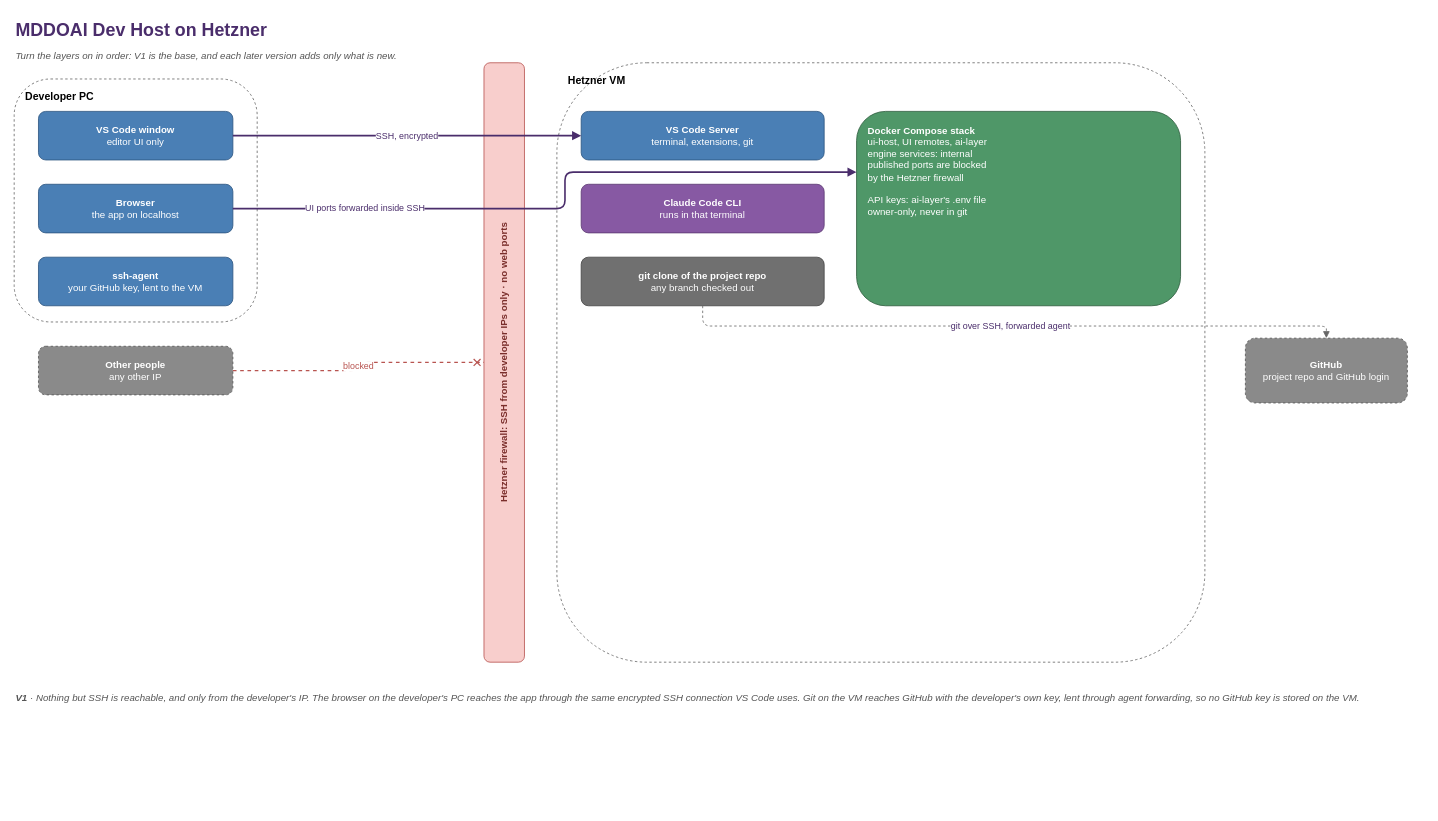
The draw.io diagram page "Dev Host (Hetzner)" (3 of 3) of MDDOAI_Agentic_Architecture.drawio in modeldrivendevopsai/mddoai, before the edit. Source tidied: cells renumbered, new cells numbered last; positions are measured from the earlier drawing's top-left corner, leaving out a move shared by most shapes. Both pictures are drawn from the tidied source at 81%, with x=0, y=0 at pixel (14, 14).
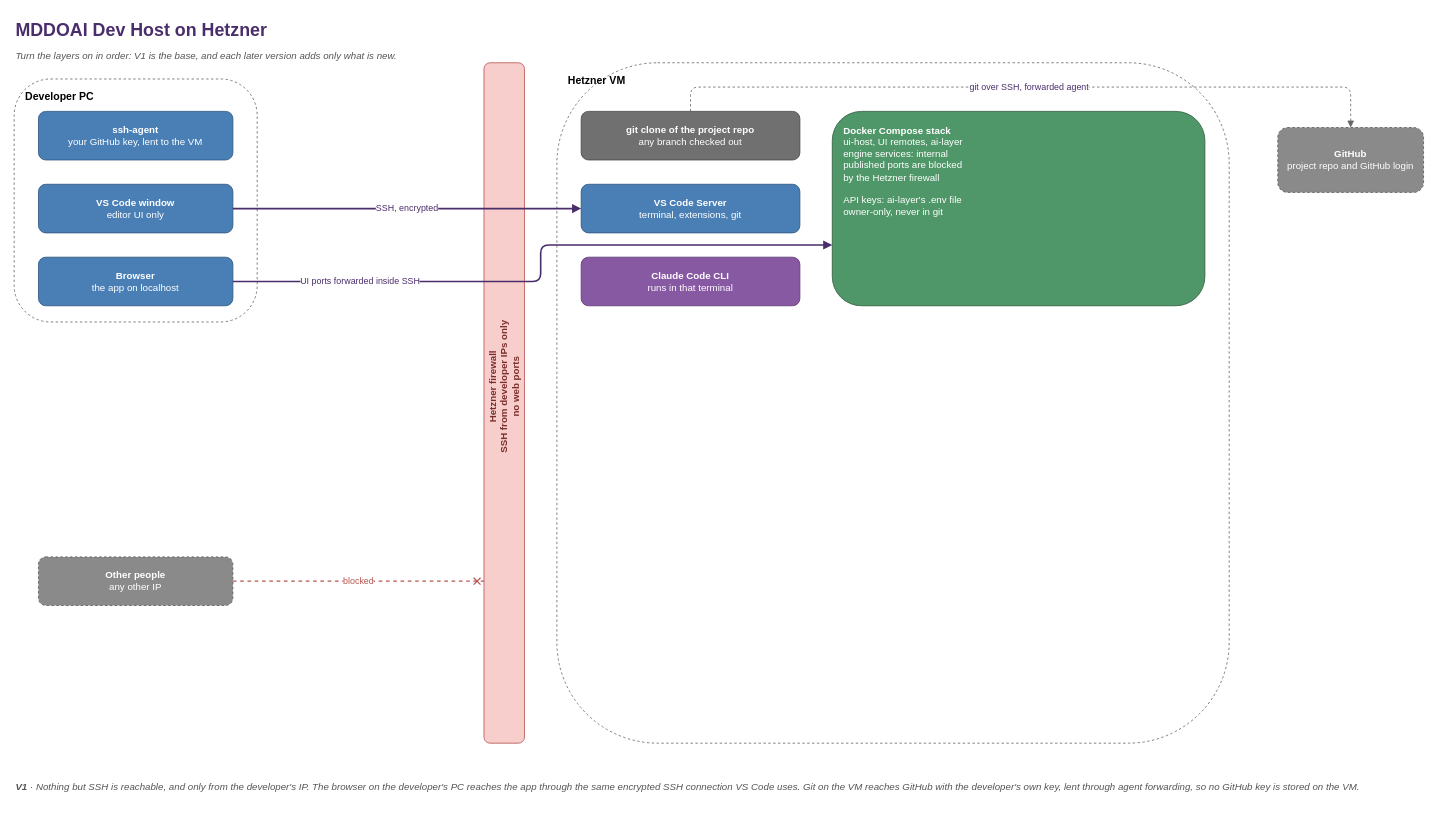
The same diagram, later.

Commit message:
Re-layout dev host diagram, drop keys

The edit, as a diff of the source:
```diff
@@
-    <mxCell id="5" value="Hetzner firewall: SSH from developer IPs only · no web ports" style="rounded=1;whiteSpace=wrap;html=1;fillColor=#f8cecc;strokeColor=#b85450;fontColor=#7a2e2b;fontSize=12;fontStyle=1;horizontal=0;" parent="1" vertex="1">
-      <mxGeometry x="580" y="60" width="50" height="740" as="geometry" />
+    <mxCell id="5" style="rounded=1;whiteSpace=wrap;html=1;fillColor=#f8cecc;strokeColor=#b85450;fontColor=#7a2e2b;fontSize=12;fontStyle=1;horizontal=0;" parent="1" vertex="1">
+      <mxGeometry x="580" y="60" width="50" height="840" as="geometry" />
     </mxCell>
+    <mxCell id="22" value="Hetzner firewall&lt;br&gt;SSH from developer IPs only&lt;br&gt;no web ports" style="text;html=1;horizontal=0;align=center;verticalAlign=middle;whiteSpace=wrap;fontSize=12;fontStyle=1;fontColor=#7a2e2b;" parent="1" vertex="1">
+      <mxGeometry x="580" y="350" width="50" height="220" as="geometry" />
+    </mxCell>
     <mxCell id="6" value="Hetzner VM" style="rounded=1;whiteSpace=wrap;html=1;fillColor=none;strokeColor=#666666;dashed=1;verticalAlign=top;align=left;fontSize=13;fontStyle=1;spacingLeft=12;spacingTop=8;" parent="1" vertex="1">
-      <mxGeometry x="670" y="60" width="800" height="740" as="geometry" />
+      <mxGeometry x="670" y="60" width="830" height="840" as="geometry" />
     </mxCell>
@@
     <mxCell id="8" value="&lt;b&gt;VS Code window&lt;/b&gt;&lt;br&gt;editor UI only" style="rounded=1;whiteSpace=wrap;html=1;fontColor=#ffffff;fontSize=12;fillColor=#4a7fb5;strokeColor=#2c5580;" parent="2" vertex="1">
-      <mxGeometry x="30" y="120" width="240" height="60" as="geometry" />
+      <mxGeometry x="30" y="210" width="240" height="60" as="geometry" />
     </mxCell>
     <mxCell id="9" value="&lt;b&gt;Browser&lt;/b&gt;&lt;br&gt;the app on localhost" style="rounded=1;whiteSpace=wrap;html=1;fontColor=#ffffff;fontSize=12;fillColor=#4a7fb5;strokeColor=#2c5580;" parent="2" vertex="1">
-      <mxGeometry x="30" y="210" width="240" height="60" as="geometry" />
+      <mxGeometry x="30" y="300" width="240" height="60" as="geometry" />
     </mxCell>
     <mxCell id="10" value="&lt;b&gt;ssh-agent&lt;/b&gt;&lt;br&gt;your GitHub key, lent to the VM" style="rounded=1;whiteSpace=wrap;html=1;fontColor=#ffffff;fontSize=12;fillColor=#4a7fb5;strokeColor=#2c5580;" parent="2" vertex="1">
-      <mxGeometry x="30" y="300" width="240" height="60" as="geometry" />
+      <mxGeometry x="30" y="120" width="240" height="60" as="geometry" />
     </mxCell>
     <mxCell id="11" value="&lt;b&gt;Other people&lt;/b&gt;&lt;br&gt;any other IP" style="rounded=1;whiteSpace=wrap;html=1;fontColor=#ffffff;fontSize=12;fillColor=#8a8a8a;strokeColor=#555555;dashed=1;" parent="2" vertex="1">
-      <mxGeometry x="30" y="410" width="240" height="60" as="geometry" />
+      <mxGeometry x="30" y="670" width="240" height="60" as="geometry" />
     </mxCell>
     <mxCell id="12" value="&lt;b&gt;VS Code Server&lt;/b&gt;&lt;br&gt;terminal, extensions, git" style="rounded=1;whiteSpace=wrap;html=1;fontColor=#ffffff;fontSize=12;fillColor=#4a7fb5;strokeColor=#2c5580;" parent="2" vertex="1">
-      <mxGeometry x="700" y="120" width="300" height="60" as="geometry" />
+      <mxGeometry x="700" y="210" width="270" height="60" as="geometry" />
     </mxCell>
     <mxCell id="13" value="&lt;b&gt;Claude Code CLI&lt;/b&gt;&lt;br&gt;runs in that terminal" style="rounded=1;whiteSpace=wrap;html=1;fontColor=#ffffff;fontSize=12;fillColor=#8759a3;strokeColor=#5c3a72;" parent="2" vertex="1">
-      <mxGeometry x="700" y="210" width="300" height="60" as="geometry" />
+      <mxGeometry x="700" y="300" width="270" height="60" as="geometry" />
     </mxCell>
     <mxCell id="14" value="&lt;b&gt;git clone of the project repo&lt;/b&gt;&lt;br&gt;any branch checked out" style="rounded=1;whiteSpace=wrap;html=1;fontColor=#ffffff;fontSize=12;fillColor=#707070;strokeColor=#454545;" parent="2" vertex="1">
-      <mxGeometry x="700" y="300" width="300" height="60" as="geometry" />
+      <mxGeometry x="700" y="120" width="270" height="60" as="geometry" />
     </mxCell>
     <mxCell id="15" value="&lt;b&gt;Docker Compose stack&lt;/b&gt;&lt;br&gt;ui-host, UI remotes, ai-layer&lt;br&gt;engine services: internal&lt;br&gt;published ports are blocked&lt;br&gt;by the Hetzner firewall&lt;br&gt;&lt;br&gt;API keys: ai-layer's .env file&lt;br&gt;owner-only, never in git" style="rounded=1;whiteSpace=wrap;html=1;fontColor=#ffffff;fontSize=12;fillColor=#4f9768;strokeColor=#2d5c3d;align=left;spacingLeft=12;verticalAlign=top;spacingTop=10;" parent="2" vertex="1">
-      <mxGeometry x="1040" y="120" width="400" height="240" as="geometry" />
+      <mxGeometry x="1010" y="120" width="460" height="240" as="geometry" />
     </mxCell>
     <mxCell id="16" value="&lt;b&gt;GitHub&lt;/b&gt;&lt;br&gt;project repo and GitHub login" style="rounded=1;whiteSpace=wrap;html=1;fontColor=#ffffff;fontSize=12;fillColor=#8a8a8a;strokeColor=#555555;dashed=1;" parent="2" vertex="1">
-      <mxGeometry x="1520" y="400" width="200" height="80" as="geometry" />
+      <mxGeometry x="1560" y="140" width="180" height="80" as="geometry" />
     </mxCell>
-    <mxCell id="17" value="SSH, encrypted" style="edgeStyle=orthogonalEdgeStyle;rounded=1;html=1;endArrow=block;endFill=1;strokeWidth=2;strokeColor=#4A2D6B;fontSize=11;fontColor=#4A2D6B;labelBackgroundColor=#ffffff;" parent="2" edge="1" source="8" target="12">
+    <mxCell id="17" value="SSH, encrypted" style="edgeStyle=orthogonalEdgeStyle;rounded=1;html=1;endArrow=block;endFill=1;strokeWidth=2;strokeColor=#4A2D6B;fontSize=11;fontColor=#4A2D6B;labelBackgroundColor=#ffffff;exitX=1;exitY=0.5;entryX=0;entryY=0.5;" parent="2" edge="1" source="8" target="12">
       <mxGeometry relative="1" as="geometry" />
     </mxCell>
-    <mxCell id="18" value="UI ports forwarded inside SSH" style="edgeStyle=orthogonalEdgeStyle;rounded=1;html=1;endArrow=block;endFill=1;strokeWidth=2;strokeColor=#4A2D6B;fontSize=11;fontColor=#4A2D6B;labelBackgroundColor=#ffffff;exitX=1;exitY=0.5;entryX=0;entryY=0.3125;" parent="2" edge="1" source="9" target="15">
+    <mxCell id="18" value="UI ports forwarded inside SSH" style="edgeStyle=orthogonalEdgeStyle;rounded=1;html=1;endArrow=block;endFill=1;strokeWidth=2;strokeColor=#4A2D6B;fontSize=11;fontColor=#4A2D6B;labelBackgroundColor=#ffffff;exitX=1;exitY=0.5;entryX=0;entryY=0.6875;" parent="2" edge="1" source="9" target="15">
       <mxGeometry x="-0.6" relative="1" as="geometry">
         <Array as="points">
-          <mxPoint x="680" y="240" />
-          <mxPoint x="680" y="195" />
+          <mxPoint x="650" y="330" />
+          <mxPoint x="650" y="285" />
         </Array>
       </mxGeometry>
     </mxCell>
-    <mxCell id="19" value="blocked" style="edgeStyle=orthogonalEdgeStyle;html=1;endArrow=cross;endFill=0;strokeWidth=1.5;strokeColor=#b85450;dashed=1;fontSize=11;fontColor=#b85450;labelBackgroundColor=#ffffff;" parent="2" edge="1" source="11" target="5">
+    <mxCell id="19" value="blocked" style="edgeStyle=orthogonalEdgeStyle;html=1;endArrow=cross;endFill=0;strokeWidth=1.5;strokeColor=#b85450;dashed=1;fontSize=11;fontColor=#b85450;labelBackgroundColor=#ffffff;exitX=1;exitY=0.5;entryX=0;entryY=0.7619;" parent="2" edge="1" source="11" target="5">
       <mxGeometry relative="1" as="geometry" />
     </mxCell>
-    <mxCell id="20" value="git over SSH, forwarded agent" style="edgeStyle=orthogonalEdgeStyle;rounded=1;html=1;endArrow=block;endFill=1;strokeWidth=1;strokeColor=#666666;dashed=1;fontSize=11;fontColor=#4A2D6B;labelBackgroundColor=#ffffff;exitX=0.5;exitY=1;entryX=0.5;entryY=0;" parent="2" edge="1" source="14" target="16">
+    <mxCell id="20" value="git over SSH, forwarded agent" style="edgeStyle=orthogonalEdgeStyle;rounded=1;html=1;endArrow=block;endFill=1;strokeWidth=1;strokeColor=#666666;dashed=1;fontSize=11;fontColor=#4A2D6B;labelBackgroundColor=#ffffff;exitX=0.5;exitY=0;entryX=0.5;entryY=0;" parent="2" edge="1" source="14" target="16">
       <mxGeometry relative="1" as="geometry">
         <Array as="points">
-          <mxPoint x="850" y="385" />
-          <mxPoint x="1620" y="385" />
+          <mxPoint x="835" y="90" />
+          <mxPoint x="1650" y="90" />
         </Array>
       </mxGeometry>
     </mxCell>
     <mxCell id="21" value="&lt;b&gt;V1&lt;/b&gt; · Nothing but SSH is reachable, and only from the developer&amp;#x27;s IP. The browser on the developer&amp;#x27;s PC reaches the app through the same encrypted SSH connection VS Code uses. Git on the VM reaches GitHub with the developer&amp;#x27;s own key, lent through agent forwarding, so no GitHub key is stored on the VM." style="text;html=1;align=left;verticalAlign=top;whiteSpace=wrap;fontSize=12;fontColor=#555555;fontStyle=2;" parent="2" vertex="1">
-      <mxGeometry y="830" width="1720" height="40" as="geometry" />
+      <mxGeometry y="940" width="1740" height="40" as="geometry" />
     </mxCell>
```
